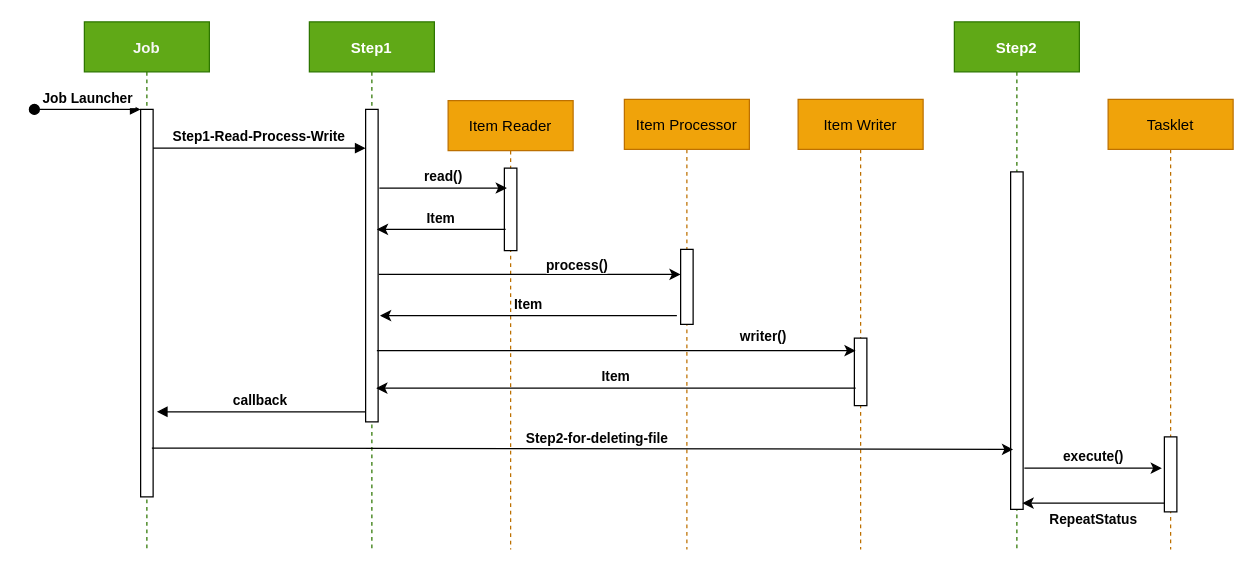
Before: SpringBatch-Sequence-diagram.drawio in yasirshabbir44/test, a draw.io diagram. Source tidied: cells renumbered, new cells numbered last; positions are measured from the earlier drawing's top-left corner, leaving out a move shared by most shapes. Both pictures are drawn from the tidied source at 125%, with x=0, y=0 at pixel (34, 21).
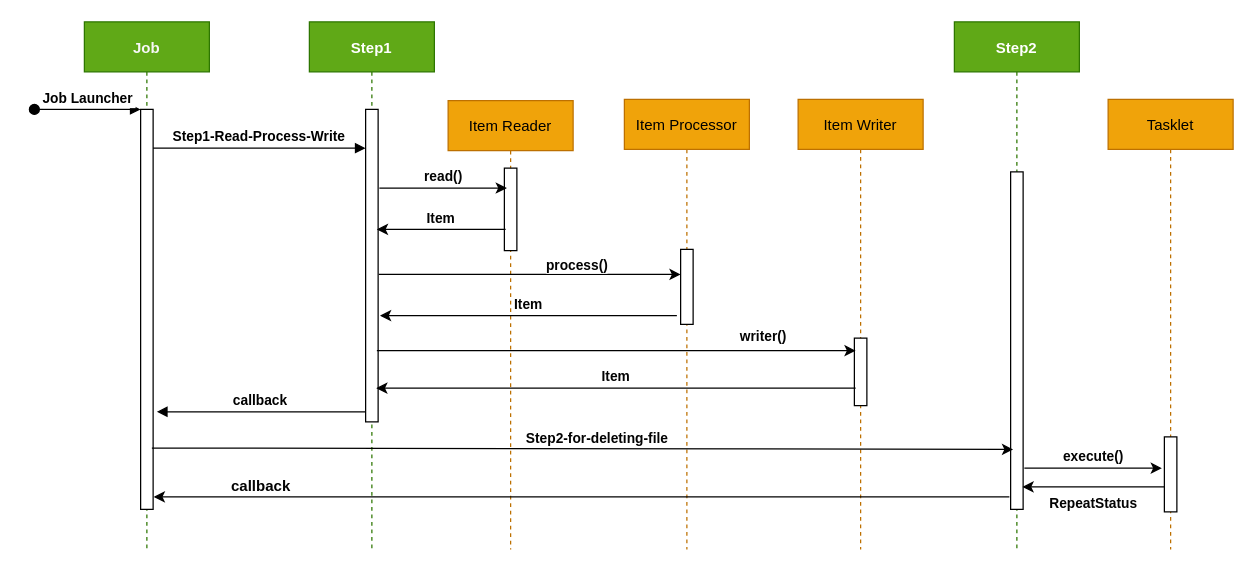
The same page after the edit.

The change refers to these unchanged cells:
```xml
<mxCell id="2" value="Job" style="shape=umlLifeline;perimeter=lifelinePerimeter;rounded=0;shadow=0;strokeWidth=1;labelBackgroundColor=none;fillColor=#60a917;strokeColor=#2D7600;fontStyle=1;fontColor=#F7F7F7;" parent="1" vertex="1">
  <mxGeometry x="40" width="100" height="422" as="geometry" />
</mxCell>
```

The edit, as a diff of the source:
```diff
@@
     <mxCell id="3" style="points=[];perimeter=orthogonalPerimeter;rounded=0;shadow=0;strokeWidth=1;" parent="2" vertex="1">
-      <mxGeometry x="45" y="70" width="10" height="310" as="geometry" />
+      <mxGeometry x="45" y="70" width="10" height="320" as="geometry" />
     </mxCell>
@@
     <mxCell id="30" value="RepeatStatus" style="endArrow=classic;html=1;labelBackgroundColor=none;fontColor=#030303;labelPosition=center;verticalLabelPosition=bottom;align=center;verticalAlign=top;fontStyle=1;" parent="1" edge="1">
       <mxGeometry relative="1" as="geometry">
-        <mxPoint x="904" y="385" as="sourcePoint" />
-        <mxPoint x="790.5" y="385" as="targetPoint" />
+        <mxPoint x="904" y="372" as="sourcePoint" />
+        <mxPoint x="790.5" y="372" as="targetPoint" />
       </mxGeometry>
     </mxCell>
+    <mxCell id="31" style="endArrow=classic;html=1;labelBackgroundColor=none;fontColor=#030303;exitX=-0.4;exitY=0.963;exitDx=0;exitDy=0;exitPerimeter=0;" parent="1" edge="1">
+      <mxGeometry relative="1" as="geometry">
+        <mxPoint x="780" y="380" as="sourcePoint" />
+        <mxPoint x="95.5" y="380" as="targetPoint" />
+      </mxGeometry>
+    </mxCell>
+    <mxCell id="32" value="callback" style="text;html=1;align=center;verticalAlign=middle;strokeColor=none;fontColor=#030303;fontStyle=1;" parent="1" vertex="1">
+      <mxGeometry x="151" y="362" width="60" height="20" as="geometry" />
+    </mxCell>
```
